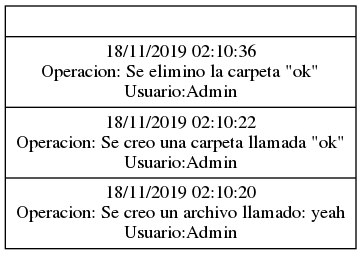
Before: Reports/pila.png, a diagram exported from Graphviz (JPineda12/EDD_2S2019_PY2_201404405). Its source is kept beside it as Reports/pila.dot.
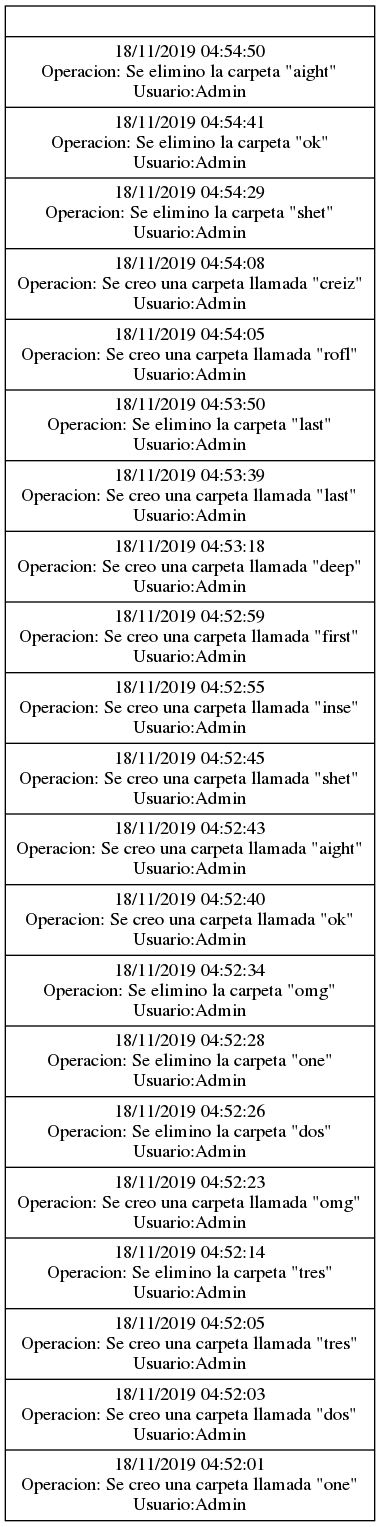
After the commit.

Change to the diagram source:
```diff
@@ -1,4 +1,4 @@
 digraph stack{
     node [shape=record];
-    pila[label="{|18/11/2019 02:10:36\nOperacion: Se elimino la carpeta \"ok\"\nUsuario:Admin|18/11/2019 02:10:22\nOperacion: Se creo una carpeta llamada \"ok\"\nUsuario:Admin|18/11/2019 02:10:20\nOperacion: Se creo un archivo llamado: yeah\nUsuario:Admin}"];
+    pila[label="{|18/11/2019 04:54:50\nOperacion: Se elimino la carpeta \"aight\"\nUsuario:Admin|18/11/2019 04:54:41\nOperacion: Se elimino la carpeta \"ok\"\nUsuario:Admin|18/11/2019 04:54:29\nOperacion: Se elimino la carpeta \"shet\"\nUsuario:Admin|18/11/2019 04:54:08\nOperacion: Se creo una carpeta llamada \"creiz\"\nUsuario:Admin|18/11/2019 04:54:05\nOperacion: Se creo una carpeta llamada \"rofl\"\nUsuario:Admin|18/11/2019 04:53:50\nOperacion: Se elimino la carpeta \"last\"\nUsuario:Admin|18/11/2019 04:53:39\nOperacion: Se creo una carpeta llamada \"last\"\nUsuario:Admin|18/11/2019 04:53:18\nOperacion: Se creo una carpeta llamada \"deep\"\nUsuario:Admin|18/11/2019 04:52:59\nOperacion: Se creo una carpeta llamada \"first\"\nUsuario:Admin|18/11/2019 04:52:55\nOperacion: Se creo una carpeta llamada \"inse\"\nUsuario:Admin|18/11/2019 04:52:45\nOperacion: Se creo una carpeta llamada \"shet\"\nUsuario:Admin|18/11/2019 04:52:43\nOperacion: Se creo una carpeta llamada \"aight\"\nUsuario:Admin|18/11/2019 04:52:40\nOperacion: Se creo una carpeta llamada \"ok\"\nUsuario:Admin|18/11/2019 04:52:34\nOperacion: Se elimino la carpeta \"omg\"\nUsuario:Admin|18/11/2019 04:52:28\nOperacion: Se elimino la carpeta \"one\"\nUsuario:Admin|18/11/2019 04:52:26\nOperacion: Se elimino la carpeta \"dos\"\nUsuario:Admin|18/11/2019 04:52:23\nOperacion: Se creo una carpeta llamada \"omg\"\nUsuario:Admin|18/11/2019 04:52:14\nOperacion: Se elimino la carpeta \"tres\"\nUsuario:Admin|18/11/2019 04:52:05\nOperacion: Se creo una carpeta llamada \"tres\"\nUsuario:Admin|18/11/2019 04:52:03\nOperacion: Se creo una carpeta llamada \"dos\"\nUsuario:Admin|18/11/2019 04:52:01\nOperacion: Se creo una carpeta llamada \"one\"\nUsuario:Admin}"];
 }
```
